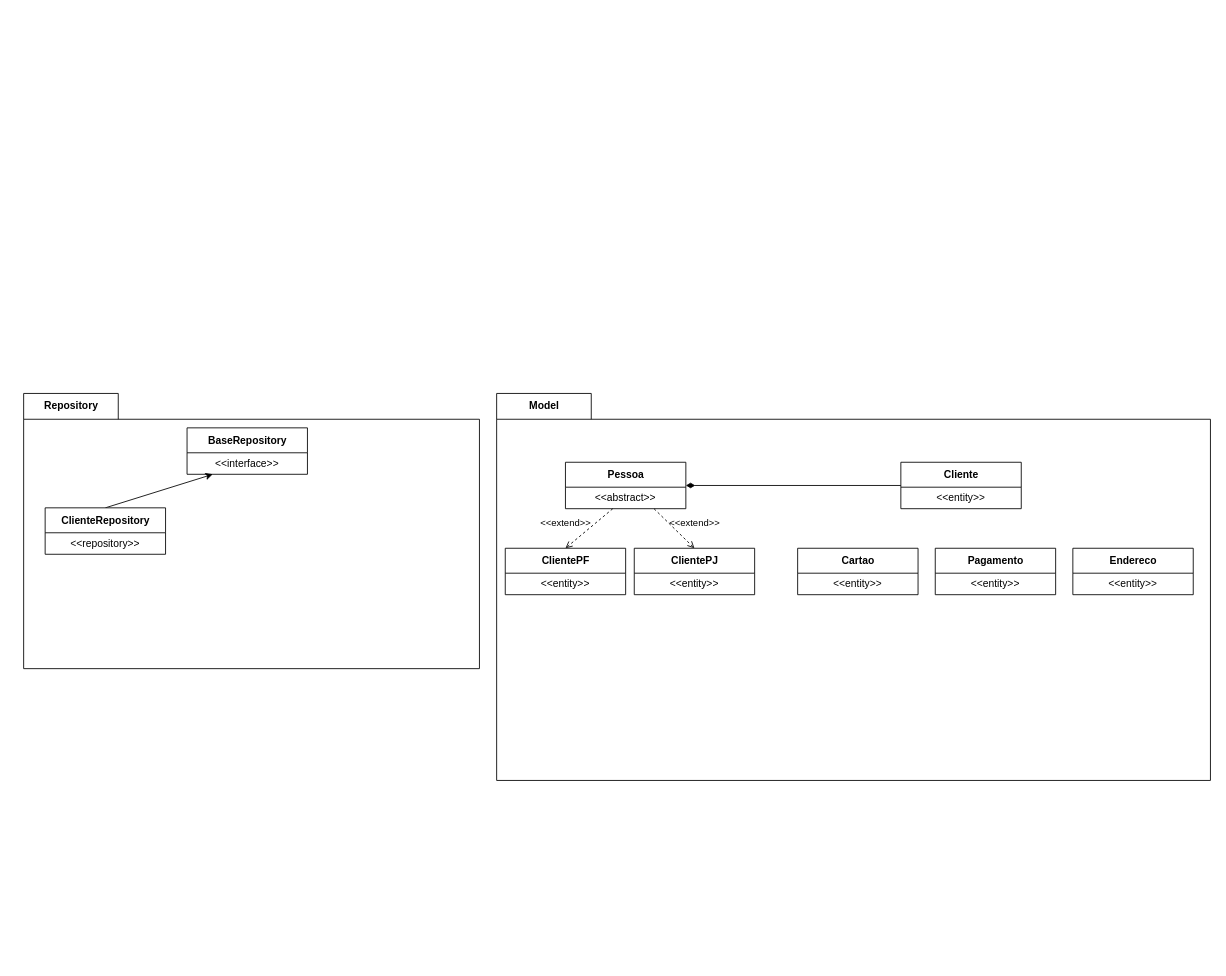
This is docs/assets/UML-pacotes.drawio from ospgab/LC_ProjetoFinal2, a draw.io file, before an edit. Source tidied: cells renumbered, new cells numbered last; positions are measured from the earlier drawing's top-left corner, leaving out a move shared by most shapes. Both pictures are drawn from the tidied source at 86%, with x=0, y=0 at pixel (23, 393).
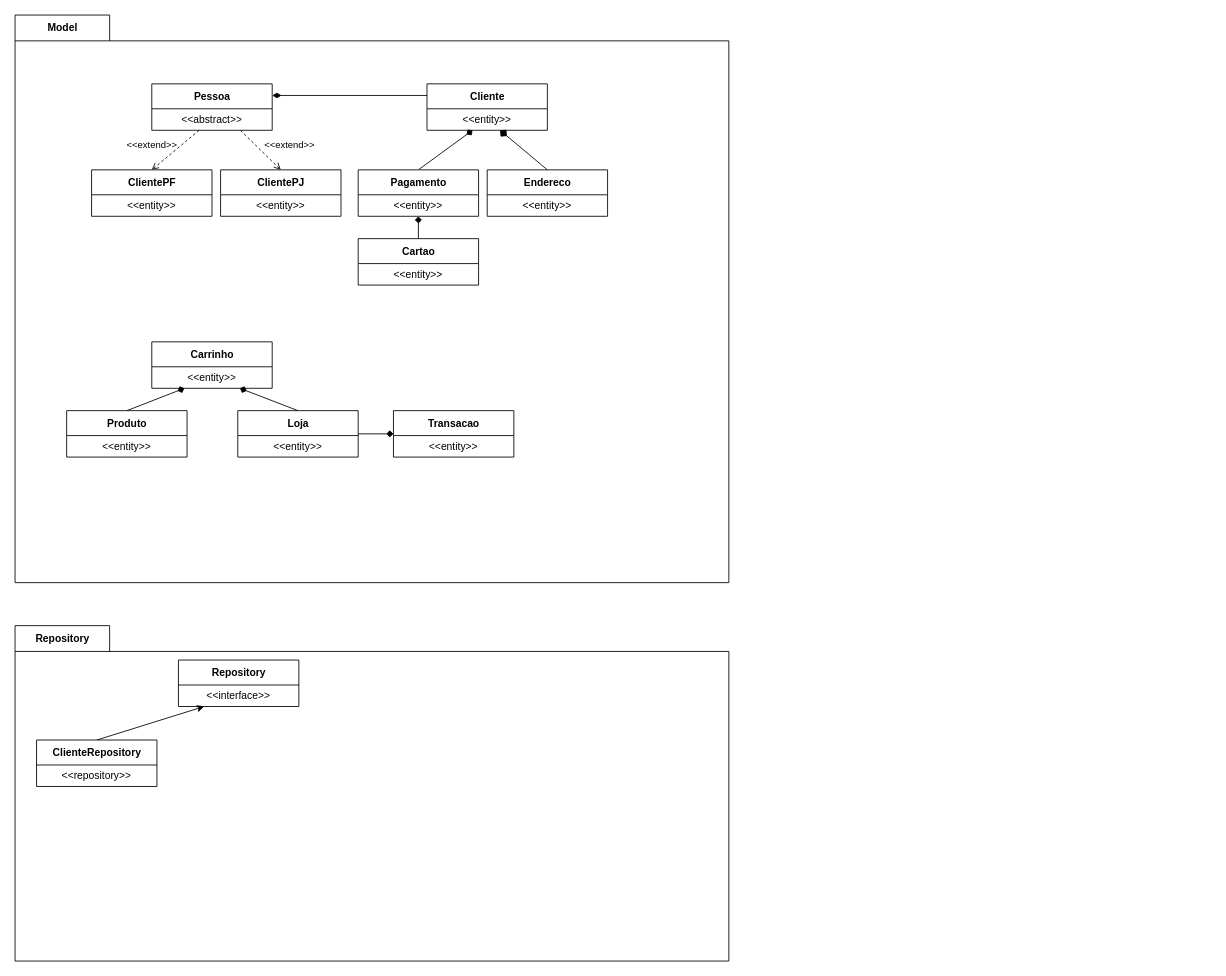
The same page after the edit.

Commit message (it also covers changes not shown here):
atualiza diagrama de pacotes

Unchanged cells that the change refers to:
```xml
<mxCell id="11" value="&amp;lt;&amp;lt;abstract&amp;gt;&amp;gt;" style="text;html=1;strokeColor=none;fillColor=none;align=center;verticalAlign=middle;spacingLeft=4;spacingRight=4;overflow=hidden;points=[[0,0.5],[1,0.5]];portConstraint=eastwest;" parent="10" vertex="1">
  <mxGeometry y="29" width="140" height="25" as="geometry" />
</mxCell>
<mxCell id="19" value="&amp;lt;&amp;lt;entity&amp;gt;&amp;gt;" style="text;html=1;strokeColor=none;fillColor=none;align=center;verticalAlign=middle;spacingLeft=4;spacingRight=4;overflow=hidden;points=[[0,0.5],[1,0.5]];portConstraint=eastwest;" parent="18" vertex="1">
  <mxGeometry y="29" width="140" height="25" as="geometry" />
</mxCell>
<mxCell id="23" value="&amp;lt;&amp;lt;entity&amp;gt;&amp;gt;" style="text;html=1;strokeColor=none;fillColor=none;align=center;verticalAlign=middle;spacingLeft=4;spacingRight=4;overflow=hidden;points=[[0,0.5],[1,0.5]];portConstraint=eastwest;" parent="22" vertex="1">
  <mxGeometry y="29" width="140" height="25" as="geometry" />
</mxCell>
```

The edit, as a diff of the source:
```diff
@@
     <mxCell id="2" value="Repository" style="shape=folder;fontStyle=1;tabWidth=110;tabHeight=30;tabPosition=left;html=1;boundedLbl=1;labelInHeader=1;" parent="1" vertex="1">
-      <mxGeometry width="530" height="320" as="geometry" />
+      <mxGeometry x="-10" y="270" width="830" height="390" as="geometry" />
     </mxCell>
-    <mxCell id="3" value="BaseRepository" style="swimlane;fontStyle=1;align=center;verticalAlign=middle;horizontal=1;startSize=29;html=1;" parent="2" vertex="1">
+    <mxCell id="3" value="Repository" style="swimlane;fontStyle=1;align=center;verticalAlign=middle;horizontal=1;startSize=29;html=1;" parent="2" vertex="1">
       <mxGeometry x="190" y="40" width="140" height="54" as="geometry" />
     </mxCell>
@@
     <mxCell id="9" value="Model" style="shape=folder;fontStyle=1;tabWidth=110;tabHeight=30;tabPosition=left;html=1;boundedLbl=1;labelInHeader=1;" parent="1" vertex="1">
-      <mxGeometry x="550" width="830" height="450" as="geometry" />
+      <mxGeometry x="-10" y="-440" width="830" height="660" as="geometry" />
     </mxCell>
     <mxCell id="10" value="Pessoa" style="swimlane;fontStyle=1;align=center;verticalAlign=middle;horizontal=1;startSize=29;html=1;" parent="9" vertex="1">
-      <mxGeometry x="80" y="80" width="140" height="54" as="geometry" />
+      <mxGeometry x="159" y="80" width="140" height="54" as="geometry" />
     </mxCell>
@@
     <mxCell id="12" value="ClientePF" style="swimlane;fontStyle=1;align=center;verticalAlign=middle;horizontal=1;startSize=29;html=1;" parent="9" vertex="1">
-      <mxGeometry x="10" y="180" width="140" height="54" as="geometry" />
+      <mxGeometry x="89" y="180" width="140" height="54" as="geometry" />
     </mxCell>
@@
     <mxCell id="14" value="ClientePJ" style="swimlane;fontStyle=1;align=center;verticalAlign=middle;horizontal=1;startSize=29;html=1;" parent="9" vertex="1">
-      <mxGeometry x="160" y="180" width="140" height="54" as="geometry" />
+      <mxGeometry x="239" y="180" width="140" height="54" as="geometry" />
     </mxCell>
@@
+    <mxCell id="27" style="edgeStyle=none;rounded=0;jettySize=auto;html=1;startArrow=none;startFill=0;endArrow=diamond;endFill=1;" parent="9" edge="1" source="16" target="19">
+      <mxGeometry relative="1" as="geometry" />
+    </mxCell>
     <mxCell id="16" value="Cartao" style="swimlane;fontStyle=1;align=center;verticalAlign=middle;horizontal=1;startSize=29;html=1;" parent="9" vertex="1">
-      <mxGeometry x="350" y="180" width="140" height="54" as="geometry" />
+      <mxGeometry x="399" y="260" width="140" height="54" as="geometry" />
     </mxCell>
@@
+    <mxCell id="28" style="rounded=0;jettySize=auto;html=1;exitX=0.5;exitY=0;exitDx=0;exitDy=0;endArrow=diamond;endFill=1;" parent="9" edge="1" source="18" target="23">
+      <mxGeometry relative="1" as="geometry" />
+    </mxCell>
     <mxCell id="18" value="Pagamento" style="swimlane;fontStyle=1;align=center;verticalAlign=middle;horizontal=1;startSize=29;html=1;" parent="9" vertex="1">
-      <mxGeometry x="510" y="180" width="140" height="54" as="geometry" />
+      <mxGeometry x="399" y="180" width="140" height="54" as="geometry" />
     </mxCell>
@@
     <mxCell id="20" value="Endereco" style="swimlane;fontStyle=1;align=center;verticalAlign=middle;horizontal=1;startSize=29;html=1;" parent="9" vertex="1">
-      <mxGeometry x="670" y="180" width="140" height="54" as="geometry" />
+      <mxGeometry x="549" y="180" width="140" height="54" as="geometry" />
     </mxCell>
@@
     <mxCell id="22" value="Cliente" style="swimlane;fontStyle=1;align=center;verticalAlign=middle;horizontal=1;startSize=29;html=1;" parent="9" vertex="1">
-      <mxGeometry x="470" y="80" width="140" height="54" as="geometry" />
+      <mxGeometry x="479" y="80" width="140" height="54" as="geometry" />
     </mxCell>
@@
-    <mxCell id="25" value="&amp;lt;&amp;lt;extend&amp;gt;&amp;gt;" style="html=1;verticalAlign=bottom;labelBackgroundColor=none;endArrow=open;endFill=0;dashed=1;rounded=0;exitX=0.736;exitY=1.003;exitDx=0;exitDy=0;exitPerimeter=0;" parent="9" edge="1" source="11">
-      <mxGeometry x="0.57" y="14" relative="1" as="geometry">
-        <mxPoint x="230" y="180" as="targetPoint" />
-      </mxGeometry>
+    <mxCell id="25" value="&amp;lt;&amp;lt;extend&amp;gt;&amp;gt;" style="html=1;verticalAlign=bottom;labelBackgroundColor=none;endArrow=open;endFill=0;dashed=1;rounded=0;exitX=0.736;exitY=1.003;exitDx=0;exitDy=0;exitPerimeter=0;entryX=0.5;entryY=0;entryDx=0;entryDy=0;" parent="9" edge="1" source="11" target="14">
+      <mxGeometry x="0.79" y="21" relative="1" as="geometry" />
     </mxCell>
-    <mxCell id="26" style="endArrow=none;startArrow=diamondThin;endFill=0;startFill=1;html=1;verticalAlign=bottom;labelBackgroundColor=none;strokeWidth=1;startSize=8;endSize=8;rounded=0;entryX=0;entryY=0.5;entryDx=0;entryDy=0;" parent="9" edge="1" target="22">
-      <mxGeometry relative="1" as="geometry">
-        <mxPoint x="220" y="107" as="sourcePoint" />
-      </mxGeometry>
+    <mxCell id="26" style="endArrow=none;startArrow=diamondThin;endFill=0;startFill=1;html=1;verticalAlign=bottom;labelBackgroundColor=none;strokeWidth=1;startSize=8;endSize=8;rounded=0;entryX=0;entryY=0.25;entryDx=0;entryDy=0;exitX=1;exitY=0.25;exitDx=0;exitDy=0;" parent="9" edge="1" source="10" target="22">
+      <mxGeometry relative="1" as="geometry" />
     </mxCell>
+    <mxCell id="29" style="endArrow=diamond;startArrow=none;endFill=1;startFill=0;html=1;verticalAlign=bottom;labelBackgroundColor=none;strokeWidth=1;startSize=8;endSize=8;rounded=0;exitX=0.5;exitY=0;exitDx=0;exitDy=0;" parent="9" edge="1" source="20" target="23">
+      <mxGeometry relative="1" as="geometry" />
+    </mxCell>
+    <mxCell id="30" style="edgeStyle=none;rounded=0;jettySize=auto;html=1;exitX=0.5;exitY=0;exitDx=0;exitDy=0;startArrow=none;startFill=0;endArrow=diamond;endFill=1;" parent="9" edge="1" source="31" target="34">
+      <mxGeometry relative="1" as="geometry" />
+    </mxCell>
+    <mxCell id="31" value="Produto" style="swimlane;fontStyle=1;align=center;verticalAlign=middle;horizontal=1;startSize=29;html=1;" parent="9" vertex="1">
+      <mxGeometry x="60" y="460" width="140" height="54" as="geometry" />
+    </mxCell>
+    <mxCell id="32" value="&amp;lt;&amp;lt;entity&amp;gt;&amp;gt;" style="text;html=1;strokeColor=none;fillColor=none;align=center;verticalAlign=middle;spacingLeft=4;spacingRight=4;overflow=hidden;" parent="31" vertex="1">
+      <mxGeometry y="29" width="140" height="25" as="geometry" />
+    </mxCell>
+    <mxCell id="33" value="Carrinho" style="swimlane;fontStyle=1;align=center;verticalAlign=middle;horizontal=1;startSize=29;html=1;" parent="9" vertex="1">
+      <mxGeometry x="159" y="380" width="140" height="54" as="geometry" />
+    </mxCell>
+    <mxCell id="34" value="&amp;lt;&amp;lt;entity&amp;gt;&amp;gt;" style="text;html=1;strokeColor=none;fillColor=none;align=center;verticalAlign=middle;spacingLeft=4;spacingRight=4;overflow=hidden;points=[[0,0.5],[1,0.5]];portConstraint=eastwest;" parent="33" vertex="1">
+      <mxGeometry y="29" width="140" height="25" as="geometry" />
+    </mxCell>
+    <mxCell id="35" style="edgeStyle=none;rounded=0;jettySize=auto;html=1;exitX=0.5;exitY=0;exitDx=0;exitDy=0;startArrow=none;startFill=0;endArrow=diamond;endFill=1;" parent="9" edge="1" source="37" target="34">
+      <mxGeometry relative="1" as="geometry" />
+    </mxCell>
+    <mxCell id="36" style="edgeStyle=none;rounded=0;jettySize=auto;html=1;exitX=1;exitY=0.5;exitDx=0;exitDy=0;startArrow=none;startFill=0;endArrow=diamond;endFill=1;" parent="9" edge="1" source="37" target="39">
+      <mxGeometry relative="1" as="geometry" />
+    </mxCell>
+    <mxCell id="37" value="Loja" style="swimlane;fontStyle=1;align=center;verticalAlign=middle;horizontal=1;startSize=29;html=1;" parent="9" vertex="1">
+      <mxGeometry x="259" y="460" width="140" height="54" as="geometry" />
+    </mxCell>
+    <mxCell id="38" value="&amp;lt;&amp;lt;entity&amp;gt;&amp;gt;" style="text;html=1;strokeColor=none;fillColor=none;align=center;verticalAlign=middle;spacingLeft=4;spacingRight=4;overflow=hidden;" parent="37" vertex="1">
+      <mxGeometry y="29" width="140" height="25" as="geometry" />
+    </mxCell>
+    <mxCell id="39" value="Transacao" style="swimlane;fontStyle=1;align=center;verticalAlign=middle;horizontal=1;startSize=29;html=1;" parent="9" vertex="1">
+      <mxGeometry x="440" y="460" width="140" height="54" as="geometry" />
+    </mxCell>
+    <mxCell id="40" value="&amp;lt;&amp;lt;entity&amp;gt;&amp;gt;" style="text;html=1;strokeColor=none;fillColor=none;align=center;verticalAlign=middle;spacingLeft=4;spacingRight=4;overflow=hidden;" parent="39" vertex="1">
+      <mxGeometry y="29" width="140" height="25" as="geometry" />
+    </mxCell>
```
